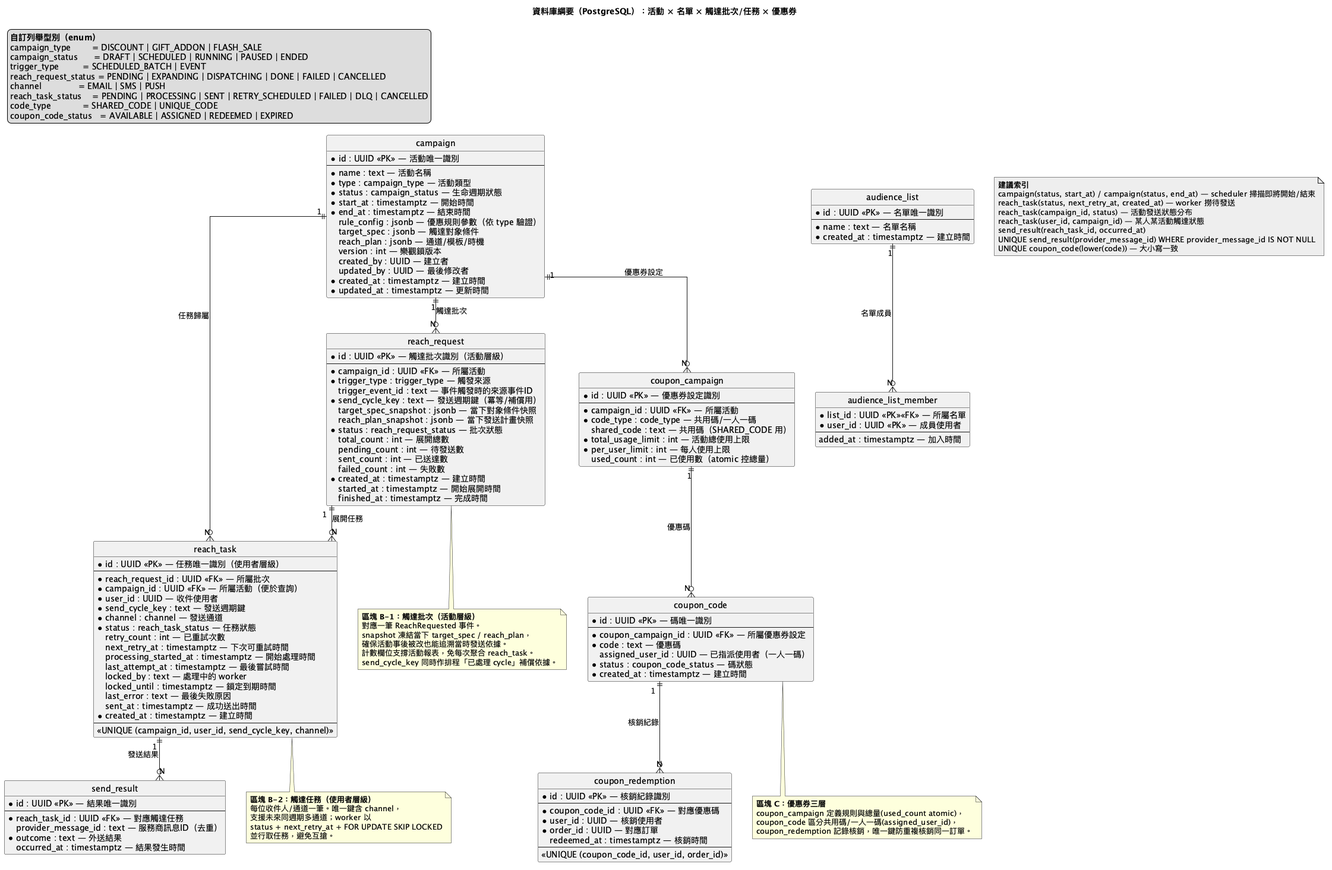
Earlier version of the PlantUML export openspec/changes/add-ecommerce-campaign-system/diagrams/05-er-database-schema.png (BIBIOTA/campaign-reach-system). Source of this version:
```plantuml
@startuml
title 資料庫綱要（PostgreSQL）：活動 × 名單 × 觸達批次/任務 × 優惠券

skinparam linetype ortho
hide circle

legend top left
  **自訂列舉型別（enum）**
  campaign_type        = DISCOUNT | GIFT_ADDON | FLASH_SALE
  campaign_status      = DRAFT | SCHEDULED | RUNNING | PAUSED | ENDED
  trigger_type         = SCHEDULED_BATCH | EVENT
  reach_request_status = PENDING | EXPANDING | DISPATCHING | DONE | FAILED | CANCELLED
  channel              = EMAIL | SMS | PUSH
  reach_task_status    = PENDING | PROCESSING | SENT | RETRY_SCHEDULED | FAILED | DLQ | CANCELLED
  code_type            = SHARED_CODE | UNIQUE_CODE
  coupon_code_status   = AVAILABLE | ASSIGNED | REDEEMED | EXPIRED
endlegend

entity "campaign" as campaign {
  * id : UUID <<PK>> — 活動唯一識別
  --
  * name : text — 活動名稱
  * type : campaign_type — 活動類型
  * status : campaign_status — 生命週期狀態
  * start_at : timestamptz — 開始時間
  * end_at : timestamptz — 結束時間
  rule_config : jsonb — 優惠規則參數（依 type 驗證）
  target_spec : jsonb — 觸達對象條件
  reach_plan : jsonb — 通道/模板/時機
  version : int — 樂觀鎖版本
  created_by : UUID — 建立者
  updated_by : UUID — 最後修改者
  * created_at : timestamptz — 建立時間
  * updated_at : timestamptz — 更新時間
}

entity "audience_list" as list {
  * id : UUID <<PK>> — 名單唯一識別
  --
  * name : text — 名單名稱
  * created_at : timestamptz — 建立時間
}

entity "audience_list_member" as member {
  * list_id : UUID <<PK>><<FK>> — 所屬名單
  * user_id : UUID <<PK>> — 成員使用者
  --
  added_at : timestamptz — 加入時間
}

entity "reach_request" as request {
  * id : UUID <<PK>> — 觸達批次識別（活動層級）
  --
  * campaign_id : UUID <<FK>> — 所屬活動
  * trigger_type : trigger_type — 觸發來源
  trigger_event_id : text — 事件觸發時的來源事件ID
  * send_cycle_key : text — 發送週期鍵（冪等/補償用）
  target_spec_snapshot : jsonb — 當下對象條件快照
  reach_plan_snapshot : jsonb — 當下發送計畫快照
  * status : reach_request_status — 批次狀態
  total_count : int — 展開總數
  pending_count : int — 待發送數
  sent_count : int — 已送達數
  failed_count : int — 失敗數
  * created_at : timestamptz — 建立時間
  started_at : timestamptz — 開始展開時間
  finished_at : timestamptz — 完成時間
}

entity "reach_task" as task {
  * id : UUID <<PK>> — 任務唯一識別（使用者層級）
  --
  * reach_request_id : UUID <<FK>> — 所屬批次
  * campaign_id : UUID <<FK>> — 所屬活動（便於查詢）
  * user_id : UUID — 收件使用者
  * send_cycle_key : text — 發送週期鍵
  * channel : channel — 發送通道
  * status : reach_task_status — 任務狀態
  retry_count : int — 已重試次數
  next_retry_at : timestamptz — 下次可重試時間
  processing_started_at : timestamptz — 開始處理時間
  last_attempt_at : timestamptz — 最後嘗試時間
  locked_by : text — 處理中的 worker
  locked_until : timestamptz — 鎖定到期時間
  last_error : text — 最後失敗原因
  sent_at : timestamptz — 成功送出時間
  * created_at : timestamptz — 建立時間
  --
  <<UNIQUE (campaign_id, user_id, send_cycle_key, channel)>>
}

entity "send_result" as result {
  * id : UUID <<PK>> — 結果唯一識別
  --
  * reach_task_id : UUID <<FK>> — 對應觸達任務
  provider_message_id : text — 服務商訊息ID（去重）
  * outcome : text — 外送結果
  occurred_at : timestamptz — 結果發生時間
}

entity "coupon_campaign" as ccamp {
  * id : UUID <<PK>> — 優惠券設定識別
  --
  * campaign_id : UUID <<FK>> — 所屬活動
  * code_type : code_type — 共用碼/一人一碼
  shared_code : text — 共用碼（SHARED_CODE 用）
  * total_usage_limit : int — 活動總使用上限
  * per_user_limit : int — 每人使用上限
  used_count : int — 已使用數（atomic 控總量）
}

entity "coupon_code" as ccode {
  * id : UUID <<PK>> — 碼唯一識別
  --
  * coupon_campaign_id : UUID <<FK>> — 所屬優惠券設定
  * code : text — 優惠碼
  assigned_user_id : UUID — 已指派使用者（一人一碼）
  * status : coupon_code_status — 碼狀態
  * created_at : timestamptz — 建立時間
}

entity "coupon_redemption" as redeem {
  * id : UUID <<PK>> — 核銷紀錄識別
  --
  * coupon_code_id : UUID <<FK>> — 對應優惠碼
  * user_id : UUID — 核銷使用者
  * order_id : UUID — 對應訂單
  redeemed_at : timestamptz — 核銷時間
  --
  <<UNIQUE (coupon_code_id, user_id, order_id)>>
}

campaign "1" ||--o{ "N" request : 觸達批次
request  "1" ||--o{ "N" task    : 展開任務
campaign "1" ||--o{ "N" task    : 任務歸屬
task     "1" ||--o{ "N" result  : 發送結果
list     "1" ||--o{ "N" member  : 名單成員
campaign "1" ||--o{ "N" ccamp   : 優惠券設定
ccamp    "1" ||--o{ "N" ccode   : 優惠碼
ccode    "1" ||--o{ "N" redeem  : 核銷紀錄

note bottom of request
  **區塊 B-1：觸達批次（活動層級）**
  對應一筆 ReachRequested 事件。
  snapshot 凍結當下 target_spec / reach_plan，
  確保活動事後被改也能追溯當時發送依據。
  計數欄位支撐活動報表，免每次聚合 reach_task。
  send_cycle_key 同時作排程「已處理 cycle」補償依據。
end note

note bottom of task
  **區塊 B-2：觸達任務（使用者層級）**
  每位收件人/通道一筆。唯一鍵含 channel，
  支援未來同週期多通道；worker 以
  status + next_retry_at + FOR UPDATE SKIP LOCKED
  並行取任務，避免互搶。
end note

note bottom of ccode
  **區塊 C：優惠券三層**
  coupon_campaign 定義規則與總量(used_count atomic)，
  coupon_code 區分共用碼/一人一碼(assigned_user_id)，
  coupon_redemption 記錄核銷，唯一鍵防重複核銷同一訂單。
end note

note as IDX #EEEEEE
  **建議索引**
  campaign(status, start_at) / campaign(status, end_at) — scheduler 掃描即將開始/結束
  reach_task(status, next_retry_at, created_at) — worker 撈待發送
  reach_task(campaign_id, status) — 活動發送狀態分布
  reach_task(user_id, campaign_id) — 某人某活動觸達狀態
  send_result(reach_task_id, occurred_at)
  UNIQUE send_result(provider_message_id) WHERE provider_message_id IS NOT NULL
  UNIQUE coupon_code(lower(code)) — 大小寫一致
end note
@enduml
```
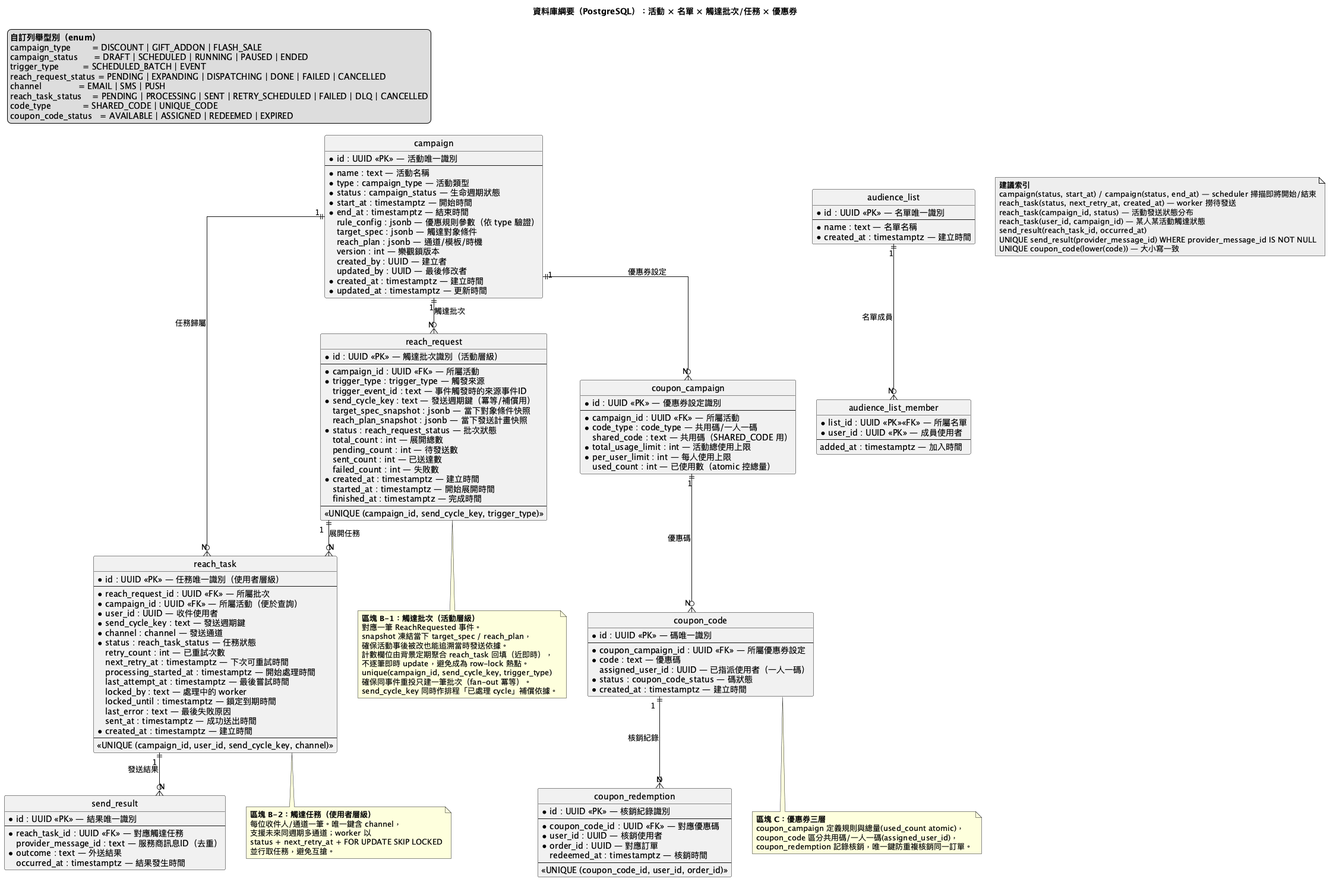
After the commit.

Diff of the diagram source:
```diff
@@ -65,6 +65,8 @@
   * created_at : timestamptz — 建立時間
   started_at : timestamptz — 開始展開時間
   finished_at : timestamptz — 完成時間
+  --
+  <<UNIQUE (campaign_id, send_cycle_key, trigger_type)>>
 }
 
 entity "reach_task" as task {
@@ -144,7 +146,10 @@
   對應一筆 ReachRequested 事件。
   snapshot 凍結當下 target_spec / reach_plan，
   確保活動事後被改也能追溯當時發送依據。
-  計數欄位支撐活動報表，免每次聚合 reach_task。
+  計數欄位由背景定期聚合 reach_task 回填（近即時），
+  不逐筆即時 update，避免成為 row-lock 熱點。
+  unique(campaign_id, send_cycle_key, trigger_type)
+  確保同事件重投只建一筆批次（fan-out 冪等）。
   send_cycle_key 同時作排程「已處理 cycle」補償依據。
 end note
 
```
